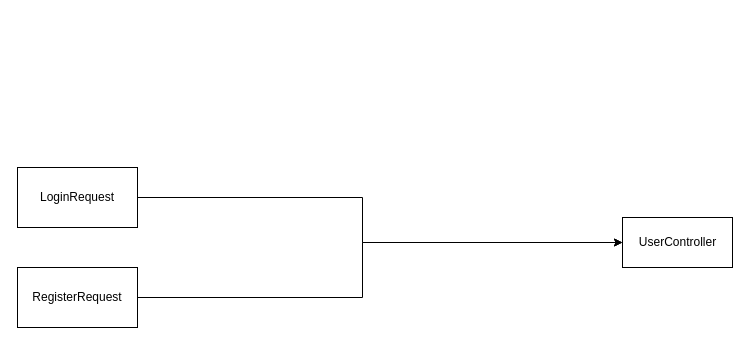
Before: page "Page-3" (3 of 3) of Server Structure.drawio in iamlivehaha/Artificial-Life, a draw.io diagram. Source tidied: cells renumbered, new cells numbered last; positions are measured from the earlier drawing's top-left corner, leaving out a move shared by most shapes. Both pictures are drawn from the tidied source at 100%, with x=0, y=0 at pixel (17, 167).
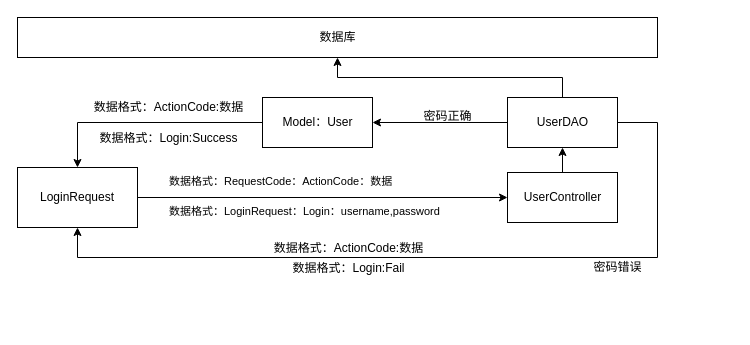
The same diagram, later.

The change refers to these unchanged cells:
```xml
<mxCell id="4" value="LoginRequest" style="rounded=0;whiteSpace=wrap;html=1;fillColor=none;" parent="1" vertex="1">
  <mxGeometry width="120" height="60" as="geometry" />
</mxCell>
```

What changed in the source:
```diff
@@
+    <mxCell id="7" style="edgeStyle=orthogonalEdgeStyle;rounded=0;jettySize=auto;html=1;" parent="1" edge="1" source="2" target="13">
+      <mxGeometry relative="1" as="geometry" />
+    </mxCell>
     <mxCell id="2" value="UserController" style="html=1;fillColor=none;" parent="1" vertex="1">
-      <mxGeometry x="605" y="50" width="110" height="50" as="geometry" />
+      <mxGeometry x="490" y="5" width="110" height="50" as="geometry" />
     </mxCell>
-    <mxCell id="3" style="edgeStyle=orthogonalEdgeStyle;rounded=0;html=1;exitX=1;exitY=0.5;jettySize=auto;" parent="1" edge="1" source="4" target="2">
-      <mxGeometry relative="1" as="geometry">
-        <Array as="points">
-          <mxPoint x="345" y="30" />
-          <mxPoint x="345" y="75" />
-        </Array>
-      </mxGeometry>
+    <mxCell id="3" style="edgeStyle=orthogonalEdgeStyle;rounded=0;jettySize=auto;html=1;entryX=0;entryY=0.5;entryDx=0;entryDy=0;" parent="1" edge="1" source="4" target="2">
+      <mxGeometry relative="1" as="geometry" />
     </mxCell>
@@
-    <mxCell id="5" style="edgeStyle=orthogonalEdgeStyle;rounded=0;html=1;exitX=1;exitY=0.5;jettySize=auto;" parent="1" edge="1" source="6" target="2">
-      <mxGeometry relative="1" as="geometry">
-        <Array as="points">
-          <mxPoint x="345" y="130" />
-          <mxPoint x="345" y="75" />
-        </Array>
-      </mxGeometry>
-    </mxCell>
-    <mxCell id="6" value="RegisterRequest" style="rounded=0;whiteSpace=wrap;html=1;fillColor=none;" parent="1" vertex="1">
-      <mxGeometry y="100" width="120" height="60" as="geometry" />
-    </mxCell>
+    <mxCell id="8" value="&lt;span style=&quot;color: rgb(0, 0, 0); font-family: Helvetica; font-size: 11px; font-style: normal; font-variant-ligatures: normal; font-variant-caps: normal; font-weight: 400; letter-spacing: normal; orphans: 2; text-align: center; text-indent: 0px; text-transform: none; widows: 2; word-spacing: 0px; -webkit-text-stroke-width: 0px; background-color: rgb(255, 255, 255); text-decoration-style: initial; text-decoration-color: initial; float: none; display: inline !important;&quot;&gt;数据格式：RequestCode：ActionCode：数据&lt;/span&gt;" style="text;whiteSpace=wrap;html=1;" parent="1" vertex="1">
+      <mxGeometry x="150" width="270" height="30" as="geometry" />
+    </mxCell>
+    <mxCell id="9" value="&lt;span style=&quot;color: rgb(0 , 0 , 0) ; font-family: &amp;#34;helvetica&amp;#34; ; font-size: 11px ; font-style: normal ; font-weight: 400 ; letter-spacing: normal ; text-align: center ; text-indent: 0px ; text-transform: none ; word-spacing: 0px ; background-color: rgb(255 , 255 , 255) ; float: none ; display: inline&quot;&gt;数据格式：LoginRequest：Login：username,password&lt;/span&gt;" style="text;whiteSpace=wrap;html=1;" parent="1" vertex="1">
+      <mxGeometry x="150" y="30" width="330" height="30" as="geometry" />
+    </mxCell>
+    <mxCell id="10" style="edgeStyle=orthogonalEdgeStyle;rounded=0;jettySize=auto;html=1;" parent="1" edge="1" source="13" target="16">
+      <mxGeometry relative="1" as="geometry" />
+    </mxCell>
+    <mxCell id="11" style="edgeStyle=orthogonalEdgeStyle;rounded=0;jettySize=auto;html=1;" parent="1" edge="1" source="13" target="15">
+      <mxGeometry relative="1" as="geometry" />
+    </mxCell>
+    <mxCell id="12" style="edgeStyle=orthogonalEdgeStyle;rounded=0;jettySize=auto;html=1;entryX=0.5;entryY=1;entryDx=0;entryDy=0;" parent="1" edge="1" source="13" target="4">
+      <mxGeometry relative="1" as="geometry">
+        <Array as="points">
+          <mxPoint x="640" y="-45" />
+          <mxPoint x="640" y="90" />
+          <mxPoint x="60" y="90" />
+        </Array>
+      </mxGeometry>
+    </mxCell>
+    <mxCell id="13" value="UserDAO" style="html=1;fillColor=none;" parent="1" vertex="1">
+      <mxGeometry x="490" y="-70" width="110" height="50" as="geometry" />
+    </mxCell>
+    <mxCell id="14" style="edgeStyle=orthogonalEdgeStyle;rounded=0;jettySize=auto;html=1;entryX=0.5;entryY=0;entryDx=0;entryDy=0;" parent="1" edge="1" source="15" target="4">
+      <mxGeometry relative="1" as="geometry" />
+    </mxCell>
+    <mxCell id="15" value="Model：User" style="html=1;fillColor=none;" parent="1" vertex="1">
+      <mxGeometry x="245" y="-70" width="110" height="50" as="geometry" />
+    </mxCell>
+    <mxCell id="16" value="数据库" style="html=1;fillColor=none;" parent="1" vertex="1">
+      <mxGeometry y="-150" width="640" height="40" as="geometry" />
+    </mxCell>
+    <mxCell id="17" value="密码正确" style="text;html=1;align=center;verticalAlign=middle;" parent="1" vertex="1">
+      <mxGeometry x="400" y="-61" width="60" height="20" as="geometry" />
+    </mxCell>
+    <mxCell id="18" value="数据格式：ActionCode:数据" style="text;html=1;align=center;verticalAlign=middle;labelBackgroundColor=#ffffff;" parent="1" vertex="1">
+      <mxGeometry x="150" y="-61" as="geometry" />
+    </mxCell>
+    <mxCell id="19" value="数据格式：Login:Success" style="text;html=1;align=center;verticalAlign=middle;labelBackgroundColor=#ffffff;" parent="1" vertex="1">
+      <mxGeometry x="150" y="-30" as="geometry" />
+    </mxCell>
+    <mxCell id="20" value="数据格式：ActionCode:数据" style="text;html=1;align=center;verticalAlign=middle;labelBackgroundColor=#ffffff;" parent="1" vertex="1">
+      <mxGeometry x="330" y="80" as="geometry" />
+    </mxCell>
+    <mxCell id="21" value="数据格式：Login:Fail" style="text;html=1;align=center;verticalAlign=middle;labelBackgroundColor=#ffffff;" parent="1" vertex="1">
+      <mxGeometry x="330" y="100" as="geometry" />
+    </mxCell>
+    <mxCell id="22" value="密码错误" style="text;html=1;align=center;verticalAlign=middle;" parent="1" vertex="1">
+      <mxGeometry x="570" y="90" width="60" height="20" as="geometry" />
+    </mxCell>
```
